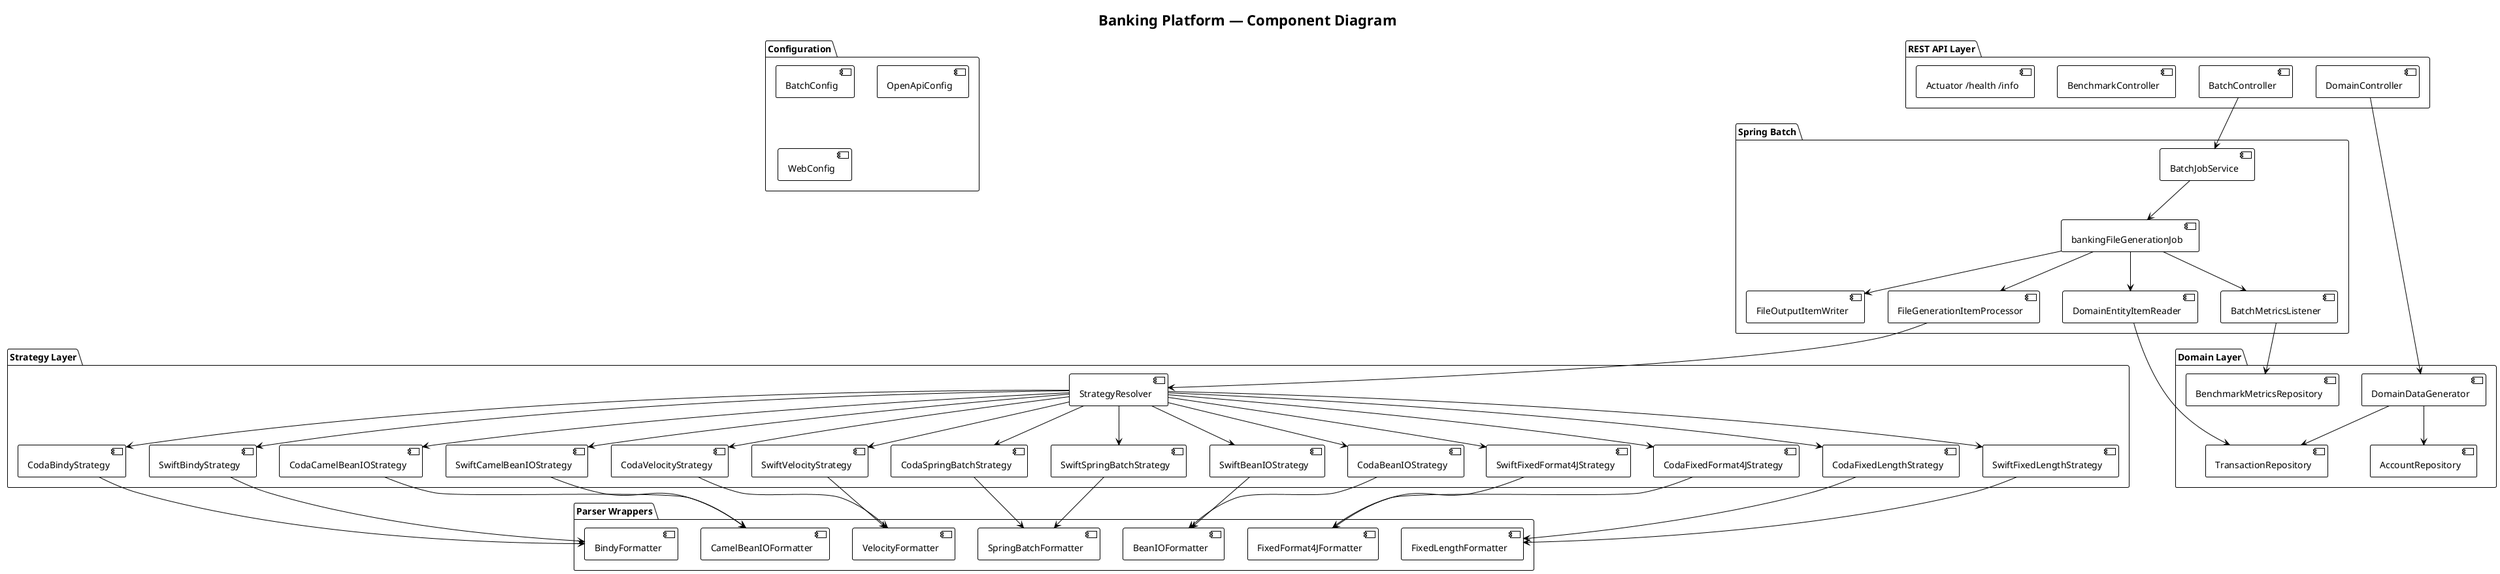
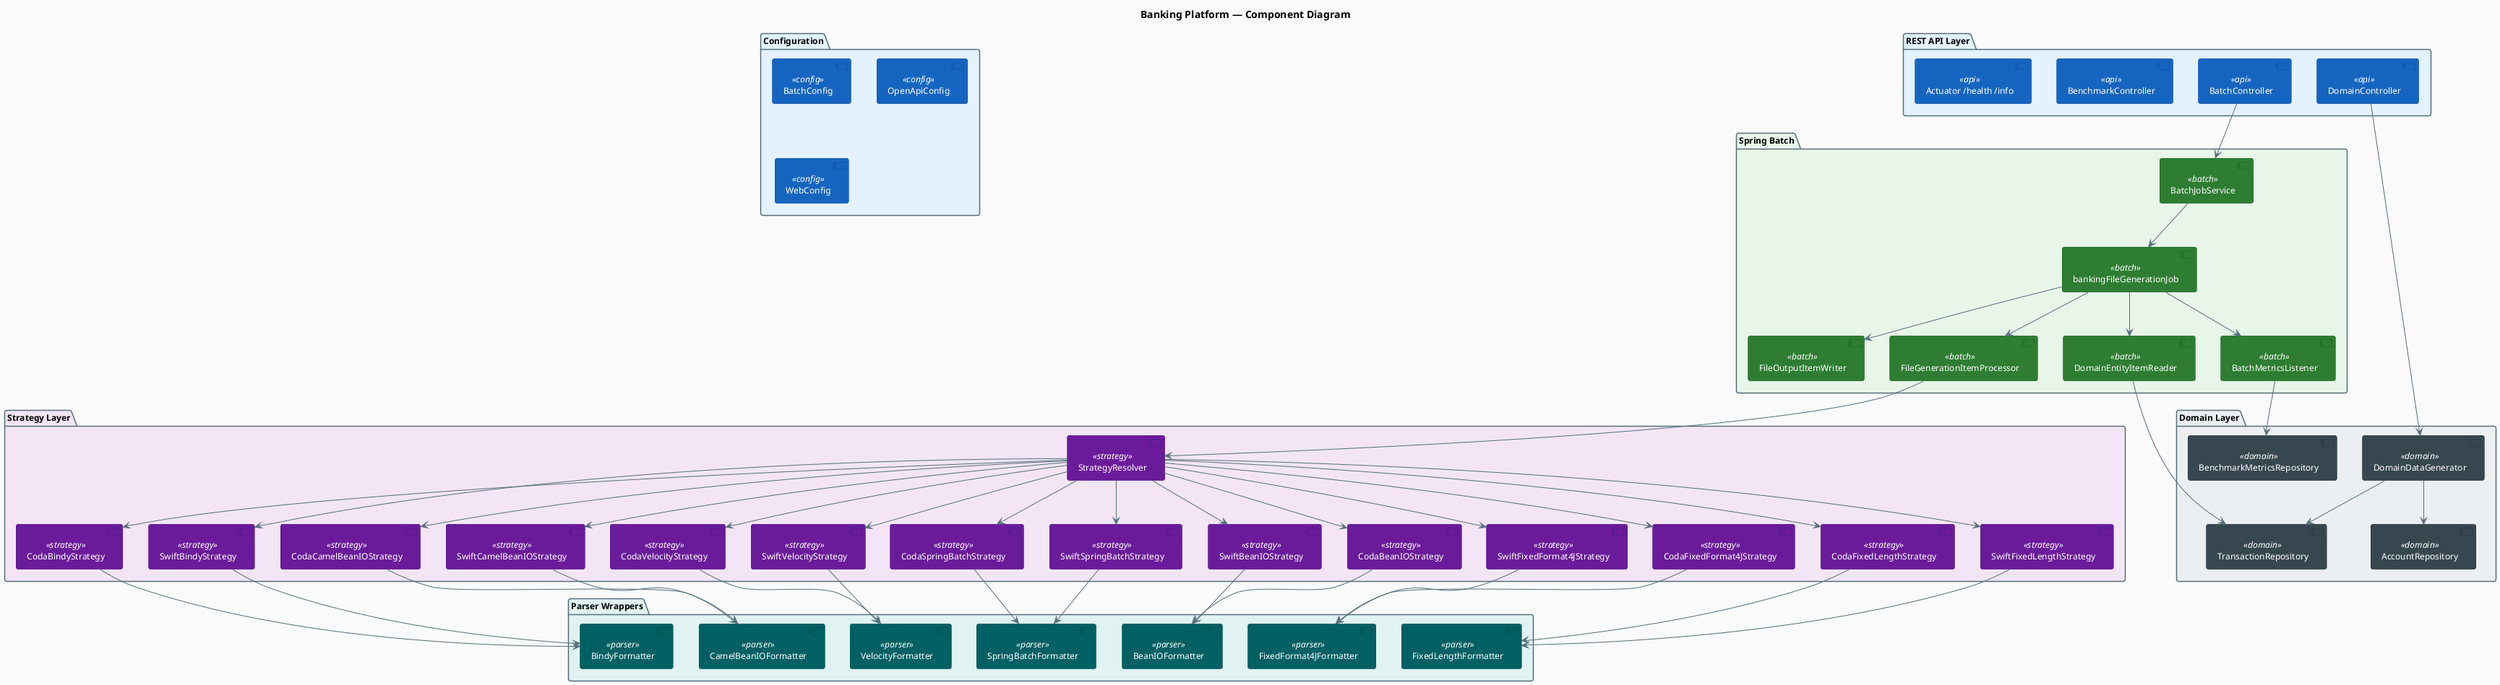
@startuml component-diagram
- !theme plain
title Banking Platform — Component Diagram

- package "REST API Layer" {
-     [DomainController]
-     [BatchController]
-     [BenchmarkController]
-     [Actuator /health /info]
+ skinparam backgroundColor #fafafa
+ skinparam ShadowingEnabled false
+ skinparam RoundCorner 6
+ skinparam ArrowColor #546e7a
+ skinparam defaultFontName Arial
+ skinparam defaultFontSize 12
+ 
+ skinparam component {
+     BackgroundColor #f5f5f5
+     BorderColor #546e7a
+     FontColor #263238
}

- package "Spring Batch" {
-     [BatchJobService]
-     [bankingFileGenerationJob]
-     [DomainEntityItemReader]
-     [FileGenerationItemProcessor]
-     [FileOutputItemWriter]
-     [BatchMetricsListener]
+ skinparam component<<api>> {
+     BackgroundColor #1565c0
+     BorderColor #0d47a1
+     FontColor #ffffff
}

- package "Strategy Layer" {
-     [StrategyResolver]
-     [CodaBeanIOStrategy]
-     [CodaFixedFormat4JStrategy]
-     [CodaFixedLengthStrategy]
-     [CodaBindyStrategy]
-     [CodaCamelBeanIOStrategy]
-     [CodaVelocityStrategy]
-     [CodaSpringBatchStrategy]
-     [SwiftBeanIOStrategy]
-     [SwiftFixedFormat4JStrategy]
-     [SwiftFixedLengthStrategy]
-     [SwiftBindyStrategy]
-     [SwiftCamelBeanIOStrategy]
-     [SwiftVelocityStrategy]
-     [SwiftSpringBatchStrategy]
+ skinparam component<<batch>> {
+     BackgroundColor #2e7d32
+     BorderColor #1b5e20
+     FontColor #ffffff
}

- package "Parser Wrappers" {
-     [BeanIOFormatter]
-     [FixedFormat4JFormatter]
-     [FixedLengthFormatter]
-     [BindyFormatter]
-     [CamelBeanIOFormatter]
-     [VelocityFormatter]
-     [SpringBatchFormatter]
+ skinparam component<<strategy>> {
+     BackgroundColor #6a1b9a
+     BorderColor #4a148c
+     FontColor #ffffff
}

- package "Domain Layer" {
-     [DomainDataGenerator]
-     [AccountRepository]
-     [TransactionRepository]
-     [BenchmarkMetricsRepository]
+ skinparam component<<parser>> {
+     BackgroundColor #006064
+     BorderColor #004d40
+     FontColor #ffffff
}

- package "Configuration" {
-     [BatchConfig]
-     [OpenApiConfig]
-     [WebConfig]
+ skinparam component<<domain>> {
+     BackgroundColor #37474f
+     BorderColor #263238
+     FontColor #ffffff
+ }
+ 
+ skinparam component<<config>> {
+     BackgroundColor #1565c0
+     BorderColor #0d47a1
+     FontColor #ffffff
+ }
+ 
+ skinparam packageBackgroundColor #fafafa
+ skinparam packageBorderColor #546e7a
+ 
+ package "REST API Layer" #e3f2fd {
+     [DomainController] <<api>>
+     [BatchController] <<api>>
+     [BenchmarkController] <<api>>
+     [Actuator /health /info] <<api>>
+ }
+ 
+ package "Spring Batch" #e8f5e9 {
+     [BatchJobService] <<batch>>
+     [bankingFileGenerationJob] <<batch>>
+     [DomainEntityItemReader] <<batch>>
+     [FileGenerationItemProcessor] <<batch>>
+     [FileOutputItemWriter] <<batch>>
+     [BatchMetricsListener] <<batch>>
+ }
+ 
+ package "Strategy Layer" #f3e5f5 {
+     [StrategyResolver] <<strategy>>
+     [CodaBeanIOStrategy] <<strategy>>
+     [CodaFixedFormat4JStrategy] <<strategy>>
+     [CodaFixedLengthStrategy] <<strategy>>
+     [CodaBindyStrategy] <<strategy>>
+     [CodaCamelBeanIOStrategy] <<strategy>>
+     [CodaVelocityStrategy] <<strategy>>
+     [CodaSpringBatchStrategy] <<strategy>>
+     [SwiftBeanIOStrategy] <<strategy>>
+     [SwiftFixedFormat4JStrategy] <<strategy>>
+     [SwiftFixedLengthStrategy] <<strategy>>
+     [SwiftBindyStrategy] <<strategy>>
+     [SwiftCamelBeanIOStrategy] <<strategy>>
+     [SwiftVelocityStrategy] <<strategy>>
+     [SwiftSpringBatchStrategy] <<strategy>>
+ }
+ 
+ package "Parser Wrappers" #e0f2f1 {
+     [BeanIOFormatter] <<parser>>
+     [FixedFormat4JFormatter] <<parser>>
+     [FixedLengthFormatter] <<parser>>
+     [BindyFormatter] <<parser>>
+     [CamelBeanIOFormatter] <<parser>>
+     [VelocityFormatter] <<parser>>
+     [SpringBatchFormatter] <<parser>>
+ }
+ 
+ package "Domain Layer" #eceff1 {
+     [DomainDataGenerator] <<domain>>
+     [AccountRepository] <<domain>>
+     [TransactionRepository] <<domain>>
+     [BenchmarkMetricsRepository] <<domain>>
+ }
+ 
+ package "Configuration" #e3f2fd {
+     [BatchConfig] <<config>>
+     [OpenApiConfig] <<config>>
+     [WebConfig] <<config>>
}

[DomainController] --> [DomainDataGenerator]
[BatchController] --> [BatchJobService]
[BatchJobService] --> [bankingFileGenerationJob]
[bankingFileGenerationJob] --> [DomainEntityItemReader]
[bankingFileGenerationJob] --> [FileGenerationItemProcessor]
[bankingFileGenerationJob] --> [FileOutputItemWriter]
[bankingFileGenerationJob] --> [BatchMetricsListener]
[FileGenerationItemProcessor] --> [StrategyResolver]
[StrategyResolver] --> [CodaBeanIOStrategy]
[StrategyResolver] --> [CodaFixedFormat4JStrategy]
[StrategyResolver] --> [CodaFixedLengthStrategy]
[StrategyResolver] --> [CodaBindyStrategy]
[StrategyResolver] --> [CodaCamelBeanIOStrategy]
[StrategyResolver] --> [CodaVelocityStrategy]
[StrategyResolver] --> [CodaSpringBatchStrategy]
[StrategyResolver] --> [SwiftBeanIOStrategy]
[StrategyResolver] --> [SwiftFixedFormat4JStrategy]
[StrategyResolver] --> [SwiftFixedLengthStrategy]
[StrategyResolver] --> [SwiftBindyStrategy]
[StrategyResolver] --> [SwiftCamelBeanIOStrategy]
[StrategyResolver] --> [SwiftVelocityStrategy]
[StrategyResolver] --> [SwiftSpringBatchStrategy]
[CodaBeanIOStrategy] --> [BeanIOFormatter]
[CodaFixedFormat4JStrategy] --> [FixedFormat4JFormatter]
[CodaFixedLengthStrategy] --> [FixedLengthFormatter]
[CodaBindyStrategy] --> [BindyFormatter]
[CodaCamelBeanIOStrategy] --> [CamelBeanIOFormatter]
[CodaVelocityStrategy] --> [VelocityFormatter]
[CodaSpringBatchStrategy] --> [SpringBatchFormatter]
[SwiftBeanIOStrategy] --> [BeanIOFormatter]
[SwiftFixedFormat4JStrategy] --> [FixedFormat4JFormatter]
[SwiftFixedLengthStrategy] --> [FixedLengthFormatter]
[SwiftBindyStrategy] --> [BindyFormatter]
[SwiftCamelBeanIOStrategy] --> [CamelBeanIOFormatter]
[SwiftVelocityStrategy] --> [VelocityFormatter]
[SwiftSpringBatchStrategy] --> [SpringBatchFormatter]
[DomainEntityItemReader] --> [TransactionRepository]
[DomainDataGenerator] --> [AccountRepository]
[DomainDataGenerator] --> [TransactionRepository]
[BatchMetricsListener] --> [BenchmarkMetricsRepository]
@enduml
